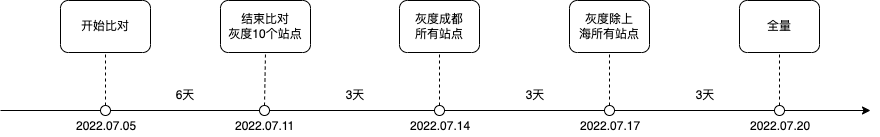
Before: 特色专区重构灰度上线计划.png, a diagram exported from draw.io (Ant-dong/images). Source tidied: cells renumbered, new cells last; positions are measured from the earlier drawing's top-left corner, leaving out a move shared by most shapes.
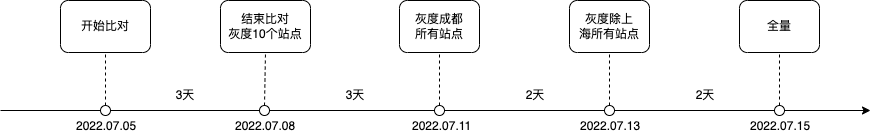
The same diagram one commit later.

Commit message:
Update 特色专区重构灰度上线计划.png

The edit, as a diff of the source:
```diff
@@ -29,13 +29,13 @@
     <mxCell id="8" value="结束比对&lt;br&gt;灰度10个站点" style="rounded=1;whiteSpace=wrap;html=1;" parent="1" vertex="1">
       <mxGeometry x="220" width="90" height="52" as="geometry" />
     </mxCell>
-    <mxCell id="9" value="2022.07.11" style="text;strokeColor=none;fillColor=none;align=left;verticalAlign=middle;spacingLeft=4;spacingRight=4;overflow=hidden;" parent="1" vertex="1">
+    <mxCell id="9" value="2022.07.08" style="text;strokeColor=none;fillColor=none;align=left;verticalAlign=middle;spacingLeft=4;spacingRight=4;overflow=hidden;" parent="1" vertex="1">
       <mxGeometry x="229" y="115" width="80" height="20" as="geometry" />
     </mxCell>
     <mxCell id="10" style="endArrow=none;html=1;rounded=0;entryX=0.5;entryY=1;entryDx=0;entryDy=0;exitX=0.5;exitY=0;exitDx=0;exitDy=0;dashed=1;" parent="1" edge="1" source="7" target="8">
       <mxGeometry relative="1" as="geometry" />
     </mxCell>
-    <mxCell id="11" value="6天" style="text;html=1;strokeColor=none;fillColor=none;align=center;verticalAlign=middle;whiteSpace=wrap;rounded=0;" parent="1" vertex="1">
+    <mxCell id="11" value="3天" style="text;html=1;strokeColor=none;fillColor=none;align=center;verticalAlign=middle;whiteSpace=wrap;rounded=0;" parent="1" vertex="1">
       <mxGeometry x="170" y="85" width="30" height="20" as="geometry" />
     </mxCell>
     <mxCell id="12" style="ellipse;whiteSpace=wrap;html=1;" parent="1" vertex="1">
@@ -47,8 +47,8 @@
     <mxCell id="14" value="灰度成都&lt;br&gt;所有站点" style="rounded=1;whiteSpace=wrap;html=1;" parent="1" vertex="1">
       <mxGeometry x="399" width="80" height="52" as="geometry" />
     </mxCell>
-    <mxCell id="15" value="2022.07.14" style="text;strokeColor=none;fillColor=none;align=left;verticalAlign=middle;spacingLeft=4;spacingRight=4;overflow=hidden;" parent="1" vertex="1">
-      <mxGeometry x="404" y="115" width="80" height="20" as="geometry" />
+    <mxCell id="15" value="2022.07.11" style="text;strokeColor=none;fillColor=none;align=left;verticalAlign=middle;spacingLeft=4;spacingRight=4;overflow=hidden;" parent="1" vertex="1">
+      <mxGeometry x="406" y="115" width="80" height="20" as="geometry" />
     </mxCell>
     <mxCell id="16" style="endArrow=none;html=1;rounded=0;entryX=0.5;entryY=1;entryDx=0;entryDy=0;exitX=0.5;exitY=0;exitDx=0;exitDy=0;dashed=1;" parent="1" edge="1" source="13" target="14">
       <mxGeometry relative="1" as="geometry" />
@@ -62,16 +62,16 @@
     <mxCell id="19" value="灰度除上&lt;br&gt;海所有站点" style="rounded=1;whiteSpace=wrap;html=1;" parent="1" vertex="1">
       <mxGeometry x="569" width="80" height="52" as="geometry" />
     </mxCell>
-    <mxCell id="20" value="2022.07.17" style="text;strokeColor=none;fillColor=none;align=left;verticalAlign=middle;spacingLeft=4;spacingRight=4;overflow=hidden;" parent="1" vertex="1">
+    <mxCell id="20" value="2022.07.13" style="text;strokeColor=none;fillColor=none;align=left;verticalAlign=middle;spacingLeft=4;spacingRight=4;overflow=hidden;" parent="1" vertex="1">
       <mxGeometry x="574" y="115" width="80" height="20" as="geometry" />
     </mxCell>
     <mxCell id="21" style="endArrow=none;html=1;rounded=0;entryX=0.5;entryY=1;entryDx=0;entryDy=0;exitX=0.5;exitY=0;exitDx=0;exitDy=0;dashed=1;" parent="1" edge="1" source="18" target="19">
       <mxGeometry relative="1" as="geometry" />
     </mxCell>
-    <mxCell id="22" value="3天" style="text;html=1;strokeColor=none;fillColor=none;align=center;verticalAlign=middle;whiteSpace=wrap;rounded=0;" parent="1" vertex="1">
+    <mxCell id="22" value="2天" style="text;html=1;strokeColor=none;fillColor=none;align=center;verticalAlign=middle;whiteSpace=wrap;rounded=0;" parent="1" vertex="1">
       <mxGeometry x="520" y="85" width="30" height="20" as="geometry" />
     </mxCell>
-    <mxCell id="23" value="3天" style="text;html=1;strokeColor=none;fillColor=none;align=center;verticalAlign=middle;whiteSpace=wrap;rounded=0;" parent="1" vertex="1">
+    <mxCell id="23" value="2天" style="text;html=1;strokeColor=none;fillColor=none;align=center;verticalAlign=middle;whiteSpace=wrap;rounded=0;" parent="1" vertex="1">
       <mxGeometry x="690" y="85" width="30" height="20" as="geometry" />
     </mxCell>
     <mxCell id="24" style="ellipse;whiteSpace=wrap;html=1;" parent="1" vertex="1">
@@ -80,7 +80,7 @@
     <mxCell id="25" value="全量" style="rounded=1;whiteSpace=wrap;html=1;" parent="1" vertex="1">
       <mxGeometry x="739" width="80" height="52" as="geometry" />
     </mxCell>
-    <mxCell id="26" value="2022.07.20" style="text;strokeColor=none;fillColor=none;align=left;verticalAlign=middle;spacingLeft=4;spacingRight=4;overflow=hidden;" parent="1" vertex="1">
+    <mxCell id="26" value="2022.07.15" style="text;strokeColor=none;fillColor=none;align=left;verticalAlign=middle;spacingLeft=4;spacingRight=4;overflow=hidden;" parent="1" vertex="1">
       <mxGeometry x="744" y="115" width="80" height="20" as="geometry" />
     </mxCell>
     <mxCell id="27" style="endArrow=none;html=1;rounded=0;entryX=0.5;entryY=1;entryDx=0;entryDy=0;exitX=0.5;exitY=0;exitDx=0;exitDy=0;dashed=1;" parent="1" edge="1" source="24" target="25">
```
